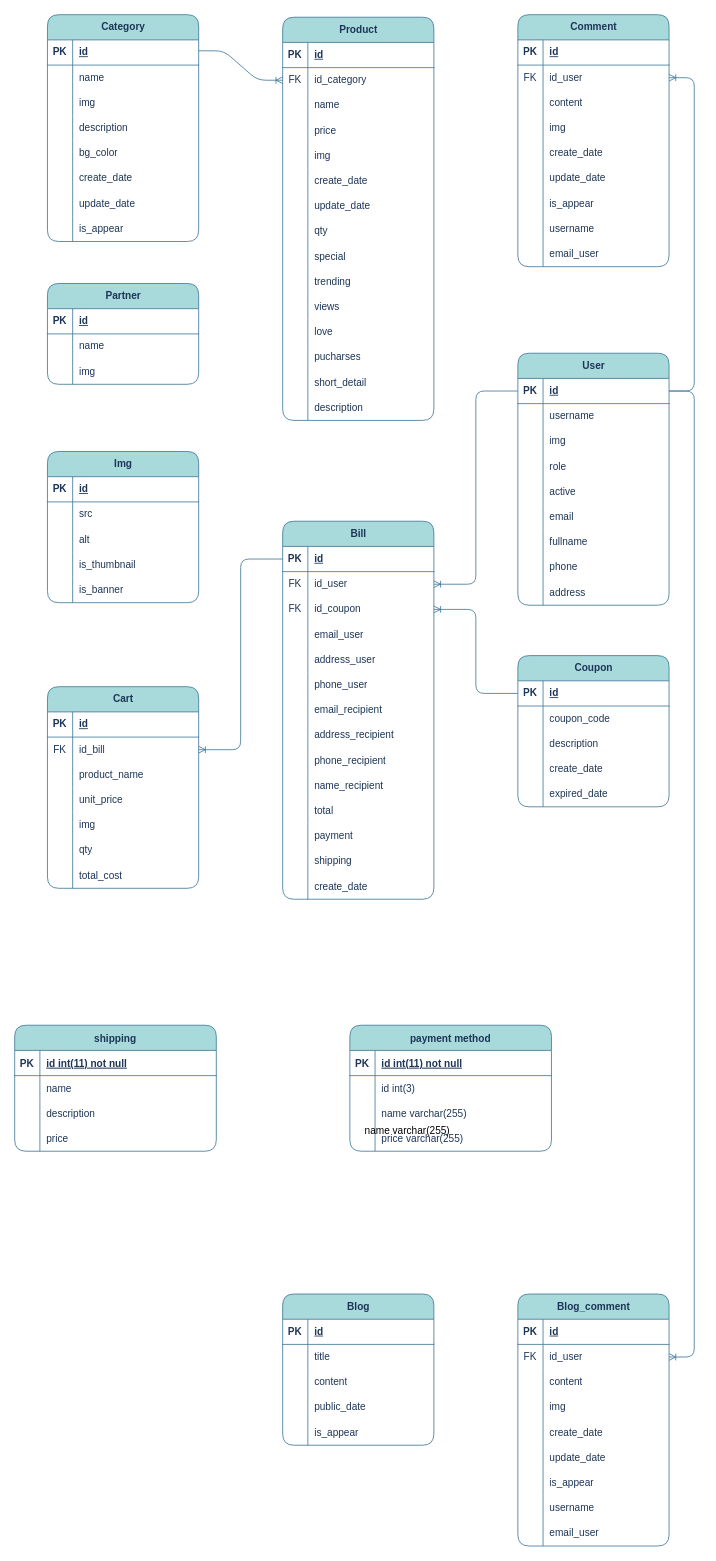
thanh8724/Legous keeps this draw.io diagram as page "ERD_Level-2" (1 of 3) of .vscode/LEGOUS_DIAGRAM.drawio. Above is the earlier version. Source tidied: cells renumbered, new cells numbered last; positions are measured from the earlier drawing's top-left corner, leaving out a move shared by most shapes. Both pictures are drawn from the tidied source at 84%, with x=0, y=0 at pixel (14, 14).
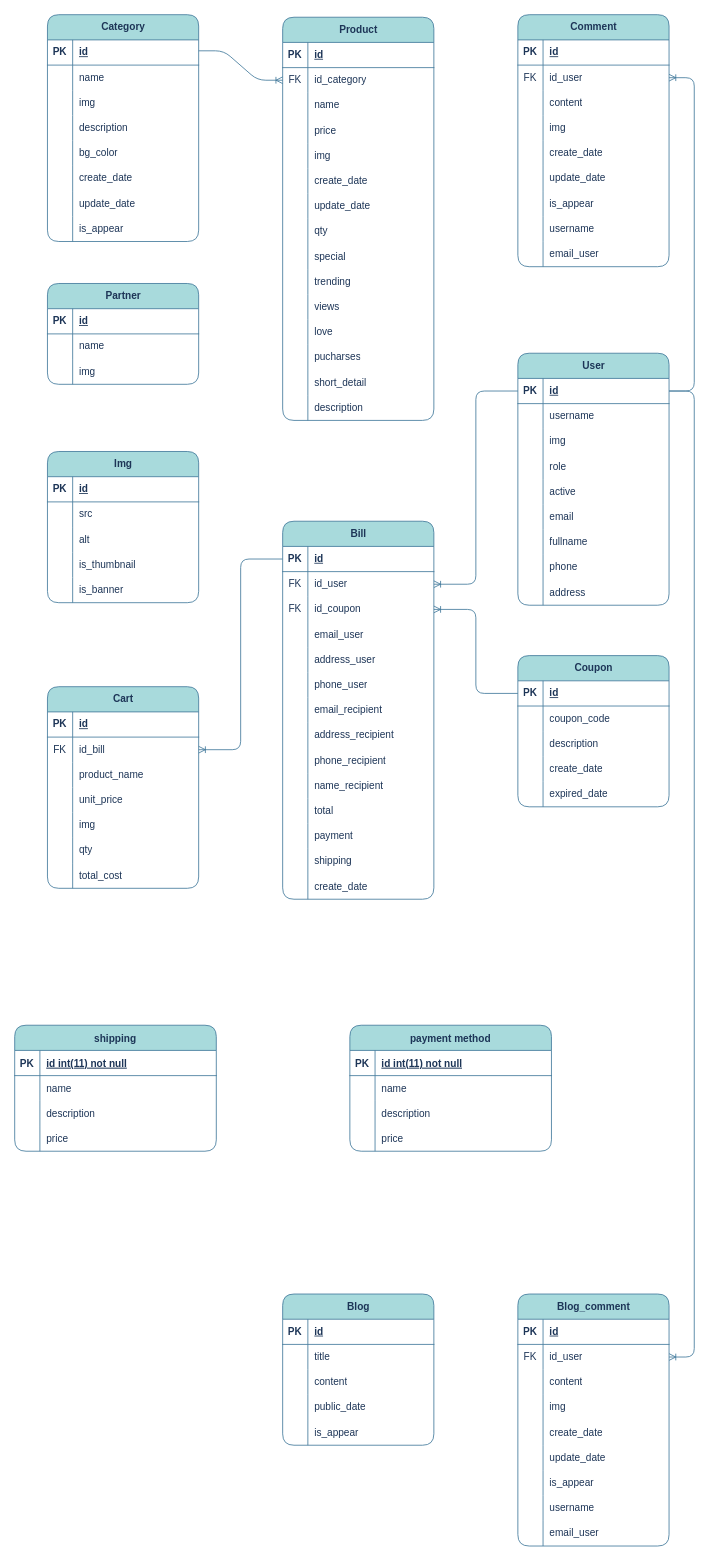
Above is the later version.

Commit message:
Cập nhật LEGOUS_DIAGRAM.drawio

The change refers to these unchanged cells:
```xml
<mxCell id="303" style="shape=tableRow;horizontal=0;startSize=0;swimlaneHead=0;swimlaneBody=0;fillColor=none;top=0;left=0;right=0;bottom=0;labelBackgroundColor=none;strokeColor=#457B9D;fontColor=#1D3557;rounded=1;" parent="299" vertex="1">
  <mxGeometry y="60" width="240" height="30" as="geometry" />
</mxCell>
<mxCell id="306" style="shape=tableRow;horizontal=0;startSize=0;swimlaneHead=0;swimlaneBody=0;fillColor=none;top=0;left=0;right=0;bottom=0;labelBackgroundColor=none;strokeColor=#457B9D;fontColor=#1D3557;rounded=1;" parent="299" vertex="1">
  <mxGeometry y="90" width="240" height="30" as="geometry" />
</mxCell>
<mxCell id="309" style="shape=tableRow;horizontal=0;startSize=0;swimlaneHead=0;swimlaneBody=0;fillColor=none;top=0;left=0;right=0;bottom=0;labelBackgroundColor=none;strokeColor=#457B9D;fontColor=#1D3557;rounded=1;" parent="299" vertex="1">
  <mxGeometry y="120" width="240" height="30" as="geometry" />
</mxCell>
```

The edit, as a diff of the source:
```diff
@@
-    <mxCell id="305" value="id int(3)" style="shape=partialRectangle;fillColor=none;top=0;left=0;bottom=0;right=0;align=left;spacingLeft=6;overflow=hidden;labelBackgroundColor=none;strokeColor=#457B9D;fontColor=#1D3557;rounded=1;" parent="303" vertex="1">
+    <mxCell id="305" value="name" style="shape=partialRectangle;fillColor=none;top=0;left=0;bottom=0;right=0;align=left;spacingLeft=6;overflow=hidden;labelBackgroundColor=none;strokeColor=#457B9D;fontColor=#1D3557;rounded=1;" parent="303" vertex="1">
       <mxGeometry x="30" width="210" height="30" as="geometry" />
     </mxCell>
@@
-    <mxCell id="308" value="name varchar(255)" style="shape=partialRectangle;fillColor=none;top=0;left=0;bottom=0;right=0;align=left;spacingLeft=6;overflow=hidden;labelBackgroundColor=none;strokeColor=#457B9D;fontColor=#1D3557;rounded=1;" parent="306" vertex="1">
+    <mxCell id="308" value="description" style="shape=partialRectangle;fillColor=none;top=0;left=0;bottom=0;right=0;align=left;spacingLeft=6;overflow=hidden;labelBackgroundColor=none;strokeColor=#457B9D;fontColor=#1D3557;rounded=1;" parent="306" vertex="1">
       <mxGeometry x="30" width="210" height="30" as="geometry" />
     </mxCell>
@@
-    <mxCell id="311" value="price varchar(255)" style="shape=partialRectangle;fillColor=none;top=0;left=0;bottom=0;right=0;align=left;spacingLeft=6;overflow=hidden;labelBackgroundColor=none;strokeColor=#457B9D;fontColor=#1D3557;rounded=1;" parent="309" vertex="1">
+    <mxCell id="311" value="price" style="shape=partialRectangle;fillColor=none;top=0;left=0;bottom=0;right=0;align=left;spacingLeft=6;overflow=hidden;labelBackgroundColor=none;strokeColor=#457B9D;fontColor=#1D3557;rounded=1;" parent="309" vertex="1">
       <mxGeometry x="30" width="210" height="30" as="geometry" />
     </mxCell>
@@
-    <mxCell id="314" value="name varchar(255)" style="shape=partialRectangle;fillColor=none;top=0;left=0;bottom=0;right=0;align=left;spacingLeft=6;overflow=hidden;" parent="1" vertex="1">
-      <mxGeometry x="409" y="1313" width="210" height="30" as="geometry" />
-    </mxCell>
+    <mxCell id="315" style="shape=tableRow;horizontal=0;startSize=0;swimlaneHead=0;swimlaneBody=0;fillColor=none;top=0;left=0;right=0;bottom=0;" parent="1" vertex="1">
+      <mxGeometry x="409" y="1303" width="240" height="30" as="geometry" />
+    </mxCell>
+    <mxCell id="316" style="shape=partialRectangle;fillColor=none;top=0;left=0;bottom=0;right=0;overflow=hidden;" parent="315" vertex="1">
+      <mxGeometry width="30" height="30" as="geometry" />
+    </mxCell>
```
